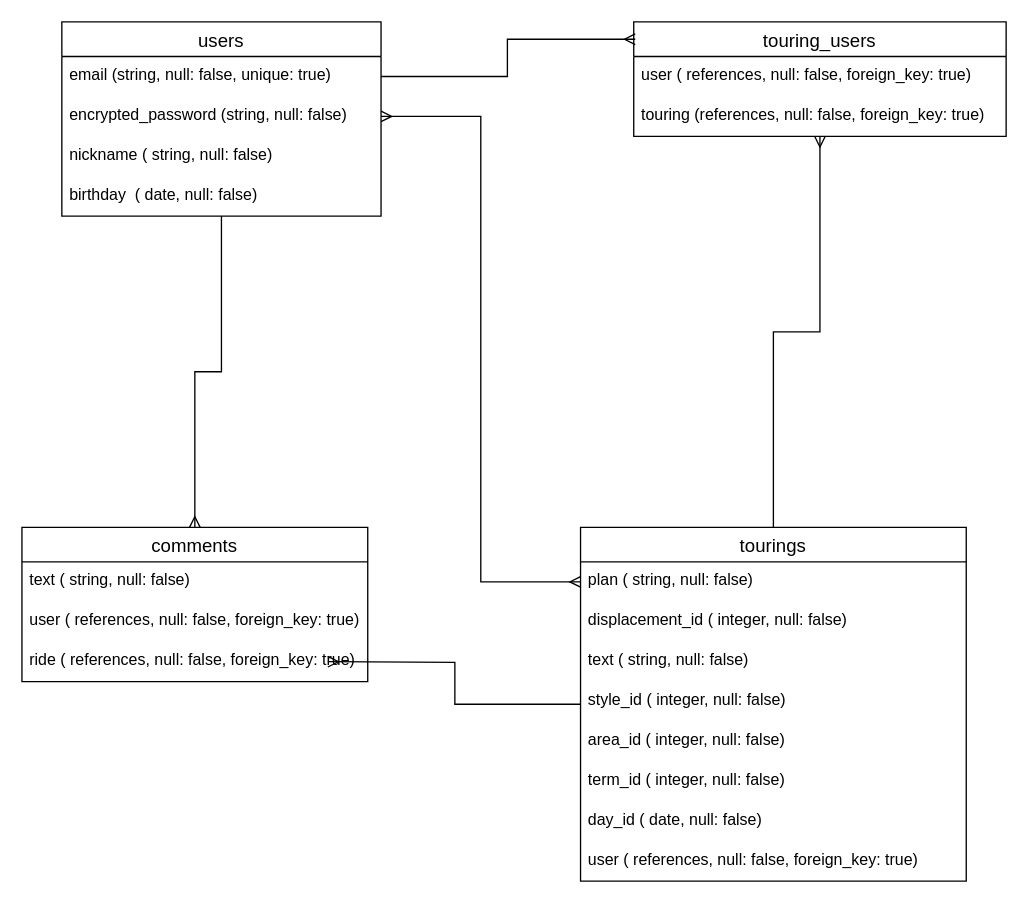
yamaryo0250/tourists-2 keeps this draw.io diagram as tourists-2.dio. Above is the earlier version. Source tidied: cells renumbered, new cells numbered last; positions are measured from the earlier drawing's top-left corner, leaving out a move shared by most shapes. Both pictures are drawn from the tidied source at 133%, with x=0, y=0 at pixel (21, 21).
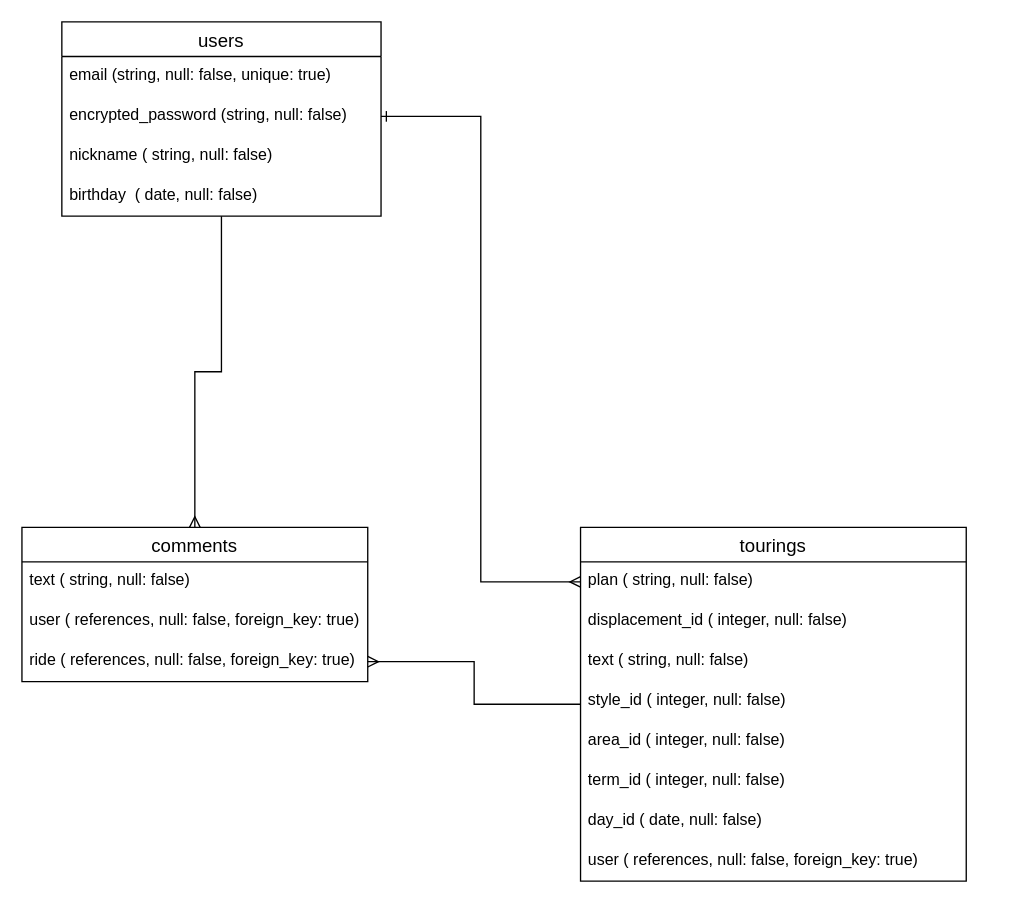
Above is the later version.

The change refers to these unchanged cells:
```xml
<mxCell id="4" value="email (string, null: false, unique: true)" style="text;strokeColor=none;fillColor=none;spacingLeft=4;spacingRight=4;overflow=hidden;points=[[0,0.5],[1,0.5]];portConstraint=eastwest;fontSize=12;" parent="3" vertex="1">
  <mxGeometry y="26" width="240" height="30" as="geometry" />
</mxCell>
<mxCell id="5" value="encrypted_password (string, null: false)" style="text;strokeColor=none;fillColor=none;spacingLeft=4;spacingRight=4;overflow=hidden;points=[[0,0.5],[1,0.5]];portConstraint=eastwest;fontSize=12;" parent="3" vertex="1">
  <mxGeometry y="56" width="240" height="30" as="geometry" />
</mxCell>
<mxCell id="9" value="tourings" style="swimlane;fontStyle=0;horizontal=1;startSize=26;align=center;fontSize=14;" parent="1" vertex="1">
  <mxGeometry x="420" y="380" width="290" height="266" as="geometry" />
</mxCell>
<mxCell id="10" value="plan ( string, null: false)" style="text;strokeColor=none;fillColor=none;spacingLeft=4;spacingRight=4;overflow=hidden;points=[[0,0.5],[1,0.5]];portConstraint=eastwest;fontSize=12;" parent="9" vertex="1">
  <mxGeometry y="26" width="290" height="30" as="geometry" />
</mxCell>
<mxCell id="21" value="ride ( references, null: false, foreign_key: true)" style="text;strokeColor=none;fillColor=none;spacingLeft=4;spacingRight=4;overflow=hidden;points=[[0,0.5],[1,0.5]];portConstraint=eastwest;fontSize=12;" parent="18" vertex="1">
  <mxGeometry y="86" width="260" height="30" as="geometry" />
</mxCell>
```

What changed in the source:
```diff
@@
-    <mxCell id="8" style="edgeStyle=orthogonalEdgeStyle;rounded=0;jettySize=auto;html=1;entryX=1;entryY=0.5;entryDx=0;entryDy=0;endArrow=ERmany;endFill=0;" parent="1" edge="1" source="9">
-      <mxGeometry relative="1" as="geometry">
-        <mxPoint x="230" y="481" as="targetPoint" />
-      </mxGeometry>
+    <mxCell id="8" style="edgeStyle=orthogonalEdgeStyle;rounded=0;jettySize=auto;html=1;endArrow=ERmany;endFill=0;entryX=1;entryY=0.5;entryDx=0;entryDy=0;" parent="1" edge="1" source="9" target="21">
+      <mxGeometry relative="1" as="geometry" />
     </mxCell>
@@
-    <mxCell id="22" style="edgeStyle=orthogonalEdgeStyle;rounded=0;jettySize=auto;html=1;exitX=0.5;exitY=0;exitDx=0;exitDy=0;entryX=0.5;entryY=1;entryDx=0;entryDy=0;endArrow=ERmany;endFill=0;" parent="1" edge="1" source="9" target="24">
-      <mxGeometry relative="1" as="geometry" />
-    </mxCell>
-    <mxCell id="23" style="edgeStyle=orthogonalEdgeStyle;rounded=0;jettySize=auto;html=1;exitX=1;exitY=0.5;exitDx=0;exitDy=0;endArrow=ERmany;endFill=0;startArrow=ERmany;startFill=0;entryX=0;entryY=0.5;entryDx=0;entryDy=0;" parent="1" edge="1" source="5" target="10">
+    <mxCell id="23" style="edgeStyle=orthogonalEdgeStyle;rounded=0;jettySize=auto;html=1;exitX=1;exitY=0.5;exitDx=0;exitDy=0;endArrow=ERmany;endFill=0;startArrow=ERone;startFill=0;entryX=0;entryY=0.5;entryDx=0;entryDy=0;" parent="1" edge="1" source="5" target="10">
       <mxGeometry relative="1" as="geometry" />
     </mxCell>
-    <mxCell id="24" value="touring_users" style="swimlane;fontStyle=0;horizontal=1;startSize=26;align=center;fontSize=14;" parent="1" vertex="1">
-      <mxGeometry x="460" width="280" height="86" as="geometry" />
-    </mxCell>
-    <mxCell id="25" value="user ( references, null: false, foreign_key: true)" style="text;strokeColor=none;fillColor=none;spacingLeft=4;spacingRight=4;overflow=hidden;fontSize=12;" parent="24" vertex="1">
-      <mxGeometry y="26" width="280" height="30" as="geometry" />
-    </mxCell>
-    <mxCell id="26" value="touring (references, null: false, foreign_key: true)" style="text;strokeColor=none;fillColor=none;spacingLeft=4;spacingRight=4;overflow=hidden;fontSize=12;" parent="24" vertex="1">
-      <mxGeometry y="56" width="280" height="30" as="geometry" />
-    </mxCell>
-    <mxCell id="27" style="edgeStyle=orthogonalEdgeStyle;rounded=0;jettySize=auto;html=1;exitX=1;exitY=0.5;exitDx=0;exitDy=0;entryX=0.004;entryY=0.151;entryDx=0;entryDy=0;entryPerimeter=0;endArrow=ERmany;endFill=0;" parent="1" edge="1" source="4" target="24">
-      <mxGeometry relative="1" as="geometry" />
-    </mxCell>
```
